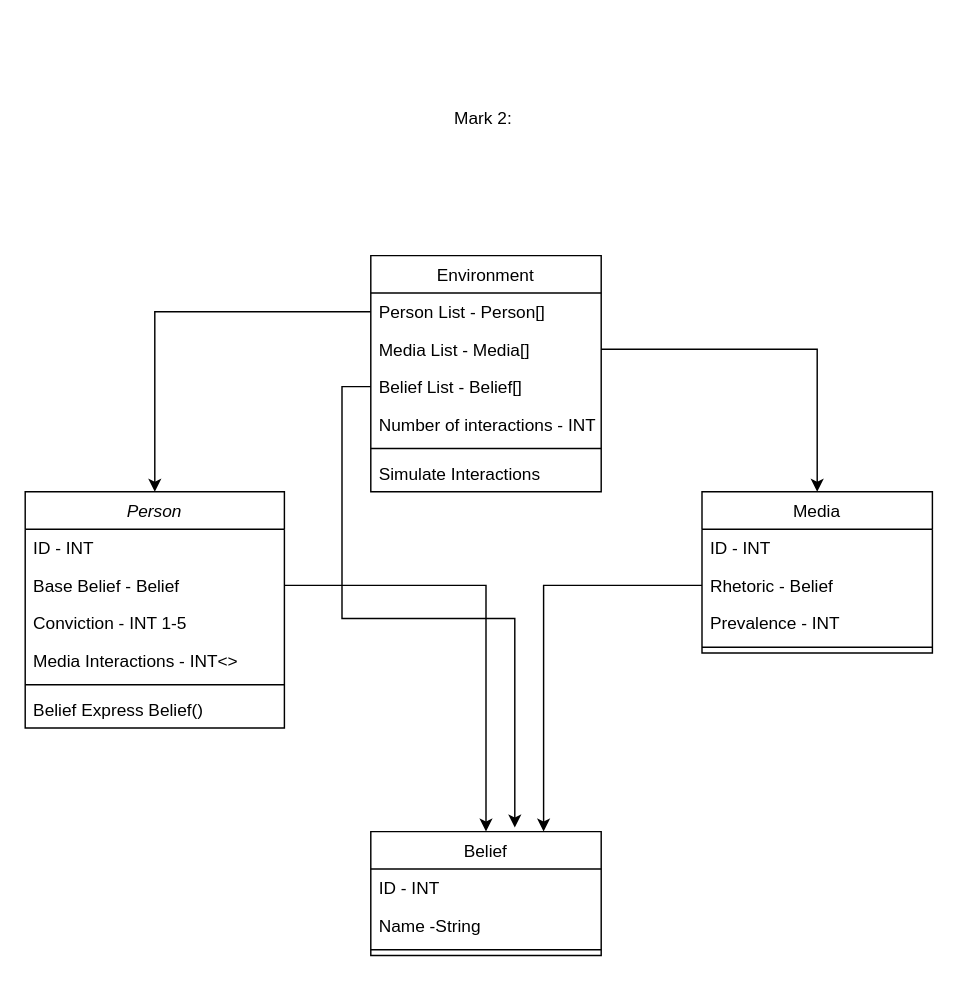
This is Class diagram Mark 2.drawio from haycon0/Pluralistic-Ignorance, a draw.io file, before an edit. Source tidied: cells renumbered, new cells numbered last; positions are measured from the earlier drawing's top-left corner, leaving out a move shared by most shapes. Both pictures are drawn from the tidied source at 144%, with x=0, y=0 at pixel (24, 24).
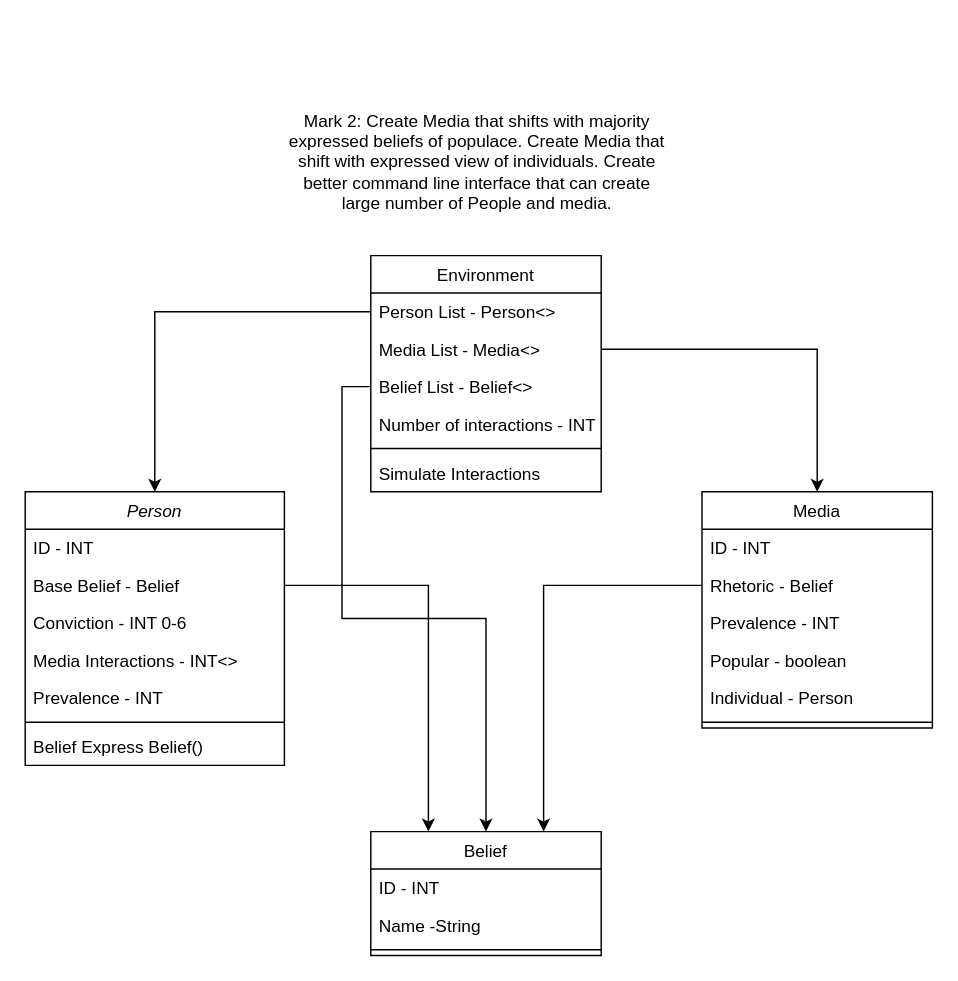
After the change.

Commit message (it also covers changes not shown here):
Created popular belief in enviorment

The change refers to these unchanged cells:
```xml
<mxCell id="5" value="Environment" style="swimlane;fontStyle=0;align=center;verticalAlign=top;horizontal=1;startSize=26;rounded=0;shadow=0;strokeWidth=1;" parent="1" vertex="1">
  <mxGeometry x="240" y="160" width="160" height="164" as="geometry" />
</mxCell>
<mxCell id="22" value="Base Belief - Belief" style="text;align=left;verticalAlign=top;spacingLeft=4;spacingRight=4;overflow=hidden;points=[[0,0.5],[1,0.5]];portConstraint=eastwest;rounded=0;shadow=0;html=0;" parent="20" vertex="1">
  <mxGeometry y="52" width="180" height="26" as="geometry" />
</mxCell>
<mxCell id="27" value="Belief" style="swimlane;fontStyle=0;align=center;verticalAlign=top;horizontal=1;startSize=26;rounded=0;shadow=0;strokeWidth=1;" parent="1" vertex="1">
  <mxGeometry x="240" y="560" width="160" height="86" as="geometry" />
</mxCell>
```

Change to the diagram source:
```diff
@@
-    <mxCell id="2" value="Mark 2:&amp;nbsp;" style="text;html=1;strokeColor=none;fillColor=none;align=center;verticalAlign=middle;whiteSpace=wrap;rounded=0;" parent="1" vertex="1">
-      <mxGeometry x="192" width="256" height="130" as="geometry" />
+    <mxCell id="2" value="Mark 2: Create Media that shifts with majority expressed beliefs of populace. Create Media that shift with expressed view of individuals. Create better command line interface that can create large number of People and media." style="text;html=1;strokeColor=none;fillColor=none;align=center;verticalAlign=middle;whiteSpace=wrap;rounded=0;" parent="1" vertex="1">
+      <mxGeometry x="180" y="30" width="268" height="130" as="geometry" />
     </mxCell>
@@
-    <mxCell id="4" style="edgeStyle=orthogonalEdgeStyle;rounded=0;jettySize=auto;html=1;exitX=1;exitY=0.5;exitDx=0;exitDy=0;" parent="1" edge="1" source="22" target="27">
+    <mxCell id="4" style="edgeStyle=orthogonalEdgeStyle;rounded=0;jettySize=auto;html=1;exitX=1;exitY=0.5;exitDx=0;exitDy=0;entryX=0.25;entryY=0;entryDx=0;entryDy=0;" parent="1" edge="1" source="22" target="27">
       <mxGeometry relative="1" as="geometry" />
     </mxCell>
@@
-    <mxCell id="6" value="Person List - Person[]" style="text;align=left;verticalAlign=top;spacingLeft=4;spacingRight=4;overflow=hidden;points=[[0,0.5],[1,0.5]];portConstraint=eastwest;" parent="5" vertex="1">
+    <mxCell id="6" value="Person List - Person&lt;&gt;" style="text;align=left;verticalAlign=top;spacingLeft=4;spacingRight=4;overflow=hidden;points=[[0,0.5],[1,0.5]];portConstraint=eastwest;" parent="5" vertex="1">
       <mxGeometry y="26" width="160" height="26" as="geometry" />
     </mxCell>
-    <mxCell id="7" value="Media List - Media[]" style="text;align=left;verticalAlign=top;spacingLeft=4;spacingRight=4;overflow=hidden;points=[[0,0.5],[1,0.5]];portConstraint=eastwest;rounded=0;shadow=0;html=0;" parent="5" vertex="1">
+    <mxCell id="7" value="Media List - Media&lt;&gt;" style="text;align=left;verticalAlign=top;spacingLeft=4;spacingRight=4;overflow=hidden;points=[[0,0.5],[1,0.5]];portConstraint=eastwest;rounded=0;shadow=0;html=0;" parent="5" vertex="1">
       <mxGeometry y="52" width="160" height="26" as="geometry" />
     </mxCell>
-    <mxCell id="8" value="Belief List - Belief[]" style="text;align=left;verticalAlign=top;spacingLeft=4;spacingRight=4;overflow=hidden;points=[[0,0.5],[1,0.5]];portConstraint=eastwest;rounded=0;shadow=0;html=0;" parent="5" vertex="1">
+    <mxCell id="8" value="Belief List - Belief&lt;&gt;" style="text;align=left;verticalAlign=top;spacingLeft=4;spacingRight=4;overflow=hidden;points=[[0,0.5],[1,0.5]];portConstraint=eastwest;rounded=0;shadow=0;html=0;" parent="5" vertex="1">
       <mxGeometry y="78" width="160" height="26" as="geometry" />
     </mxCell>
@@
-    <mxCell id="12" style="edgeStyle=orthogonalEdgeStyle;rounded=0;jettySize=auto;html=1;exitX=0;exitY=0.5;exitDx=0;exitDy=0;entryX=0.625;entryY=-0.033;entryDx=0;entryDy=0;entryPerimeter=0;" parent="1" edge="1" source="8" target="27">
+    <mxCell id="12" style="edgeStyle=orthogonalEdgeStyle;rounded=0;jettySize=auto;html=1;exitX=0;exitY=0.5;exitDx=0;exitDy=0;entryX=0.5;entryY=0;entryDx=0;entryDy=0;" parent="1" edge="1" source="8" target="27">
       <mxGeometry relative="1" as="geometry" />
     </mxCell>
@@
     <mxCell id="15" value="Media" style="swimlane;fontStyle=0;align=center;verticalAlign=top;horizontal=1;startSize=26;rounded=0;shadow=0;strokeWidth=1;" parent="1" vertex="1">
-      <mxGeometry x="470" y="324" width="160" height="112" as="geometry" />
+      <mxGeometry x="470" y="324" width="160" height="164" as="geometry" />
     </mxCell>
@@
+    <mxCell id="31" value="Popular - boolean" style="text;align=left;verticalAlign=top;spacingLeft=4;spacingRight=4;overflow=hidden;rounded=0;shadow=0;html=0;" parent="15" vertex="1">
+      <mxGeometry y="104" width="160" height="26" as="geometry" />
+    </mxCell>
+    <mxCell id="32" value="Individual - Person" style="text;align=left;verticalAlign=top;spacingLeft=4;spacingRight=4;overflow=hidden;rounded=0;shadow=0;html=0;" parent="15" vertex="1">
+      <mxGeometry y="130" width="160" height="26" as="geometry" />
+    </mxCell>
     <mxCell id="19" style="line;html=1;strokeWidth=1;align=left;verticalAlign=middle;spacingTop=-1;spacingLeft=3;spacingRight=3;labelPosition=right;" parent="15" vertex="1">
-      <mxGeometry y="104" width="160" height="8" as="geometry" />
+      <mxGeometry y="156" width="160" height="8" as="geometry" />
     </mxCell>
     <mxCell id="20" value="Person" style="swimlane;fontStyle=2;align=center;verticalAlign=top;horizontal=1;startSize=26;rounded=0;shadow=0;strokeWidth=1;" parent="1" vertex="1">
-      <mxGeometry y="324" width="180" height="164" as="geometry" />
+      <mxGeometry y="324" width="180" height="190" as="geometry" />
     </mxCell>
@@
-    <mxCell id="23" value="Conviction - INT 1-5" style="text;align=left;verticalAlign=top;spacingLeft=4;spacingRight=4;overflow=hidden;rounded=0;shadow=0;html=0;" parent="20" vertex="1">
+    <mxCell id="23" value="Conviction - INT 0-6" style="text;align=left;verticalAlign=top;spacingLeft=4;spacingRight=4;overflow=hidden;rounded=0;shadow=0;html=0;" parent="20" vertex="1">
       <mxGeometry y="78" width="180" height="26" as="geometry" />
     </mxCell>
+    <mxCell id="33" value="Media Interactions - INT&lt;&gt;" style="text;align=left;verticalAlign=top;spacingLeft=4;spacingRight=4;overflow=hidden;rounded=0;shadow=0;html=0;" parent="20" vertex="1">
+      <mxGeometry y="104" width="180" height="26" as="geometry" />
+    </mxCell>
-    <mxCell id="24" value="Media Interactions - INT&lt;&gt;" style="text;align=left;verticalAlign=top;spacingLeft=4;spacingRight=4;overflow=hidden;rounded=0;shadow=0;html=0;" parent="20" vertex="1">
-      <mxGeometry y="104" width="180" height="26" as="geometry" />
+    <mxCell id="24" value="Prevalence - INT" style="text;align=left;verticalAlign=top;spacingLeft=4;spacingRight=4;overflow=hidden;rounded=0;shadow=0;html=0;" parent="20" vertex="1">
+      <mxGeometry y="130" width="180" height="26" as="geometry" />
     </mxCell>
     <mxCell id="25" style="line;html=1;strokeWidth=1;align=left;verticalAlign=middle;spacingTop=-1;spacingLeft=3;spacingRight=3;labelPosition=right;" parent="20" vertex="1">
-      <mxGeometry y="130" width="180" height="8" as="geometry" />
+      <mxGeometry y="156" width="180" height="8" as="geometry" />
     </mxCell>
     <mxCell id="26" value="Belief Express Belief()" style="text;align=left;verticalAlign=top;spacingLeft=4;spacingRight=4;overflow=hidden;rounded=0;shadow=0;html=0;" parent="20" vertex="1">
-      <mxGeometry y="138" width="180" height="26" as="geometry" />
+      <mxGeometry y="164" width="180" height="26" as="geometry" />
     </mxCell>
```
